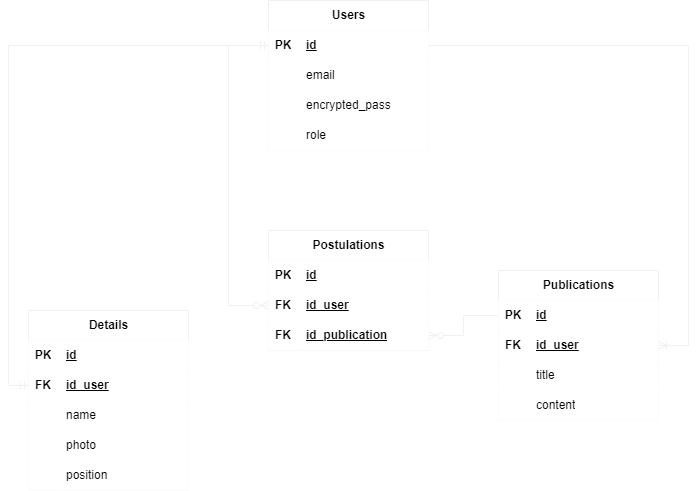
This is Diagrama.png from RicardoGallegos92/RoR_M6_Prueba, a draw.io export, as it was before one commit. Source tidied: cells renumbered, new cells last; positions are measured from the earlier drawing's top-left corner, leaving out a move shared by most shapes.
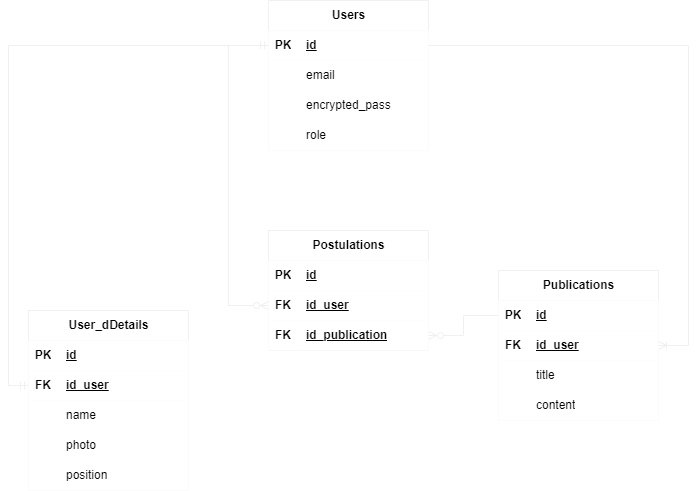
Above is the later version.

Change to the diagram source:
```diff
@@ -120,7 +120,7 @@
     <mxCell id="39" style="fontSize=12;html=1;endArrow=ERzeroToMany;endFill=1;rounded=0;exitX=0;exitY=0.5;exitDx=0;exitDy=0;edgeStyle=orthogonalEdgeStyle;" parent="1" edge="1" source="3" target="22">
       <mxGeometry relative="1" as="geometry" />
     </mxCell>
-    <mxCell id="40" value="Details" style="shape=table;startSize=30;rowLines=0;fontStyle=1;align=center;html=1;fillColor=#FFFFFF;fontColor=#000000;rounded=0;" parent="1" vertex="1">
+    <mxCell id="40" value="User_dDetails" style="shape=table;startSize=30;rowLines=0;fontStyle=1;align=center;html=1;fillColor=#FFFFFF;fontColor=#000000;rounded=0;" parent="1" vertex="1">
       <mxGeometry x="20" y="310" width="160" height="180" as="geometry" />
     </mxCell>
     <mxCell id="41" style="shape=tableRow;horizontal=0;startSize=0;swimlaneHead=0;swimlaneBody=0;fillColor=#FFFFFF;top=0;left=0;right=0;bottom=1;fontColor=#000000;rounded=0;" parent="40" vertex="1">
```
